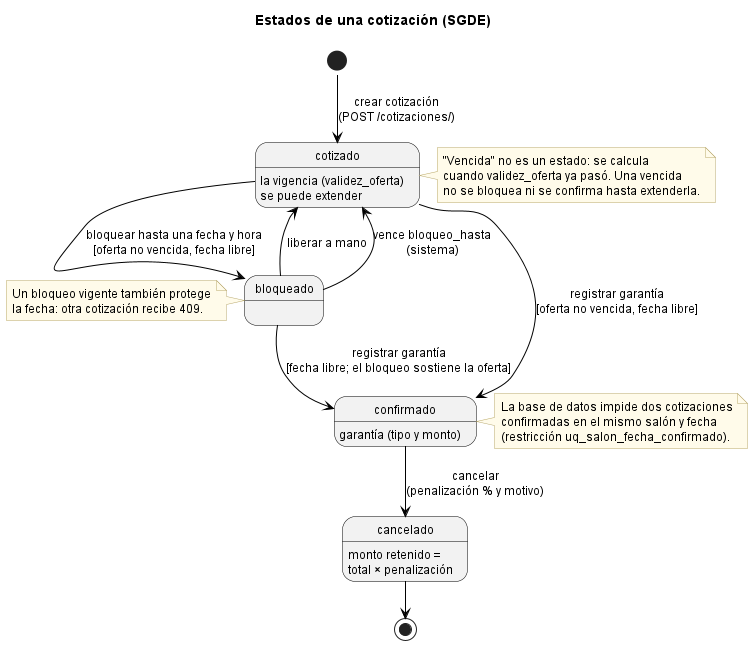
Before: docs/arquitectura/Diagrama_Estados_Cotizacion.png, a diagram exported from PlantUML (AndreCamx2/Gestion-De-Eventos). The source it was exported from:
```plantuml
@startuml Diagrama_Estados_Cotizacion
!pragma layout smetana
title Estados de una cotización (SGDE)
skinparam backgroundColor white
skinparam ArrowColor black
skinparam DefaultFontSize 12
skinparam note {
  BackgroundColor #FFFBEA
  BorderColor #B8A86B
}

skinparam state {
  BackgroundColor #F2F2F2
  BorderColor black
}

[*] --> cotizado : crear cotización\n(POST /cotizaciones/)
cotizado --> bloqueado : bloquear hasta una fecha y hora\n[oferta no vencida, fecha libre]
bloqueado --> cotizado : liberar a mano
bloqueado --> cotizado : vence bloqueo_hasta\n(sistema)
cotizado --> confirmado : registrar garantía\n[oferta no vencida, fecha libre]
bloqueado --> confirmado : registrar garantía\n[fecha libre; el bloqueo sostiene la oferta]
confirmado --> cancelado : cancelar\n(penalización % y motivo)
cancelado --> [*]

cotizado : la vigencia (validez_oferta)\nse puede extender
confirmado : garantía (tipo y monto)
cancelado : monto retenido =\ntotal × penalización

note right of cotizado
  "Vencida" no es un estado: se calcula
  cuando validez_oferta ya pasó. Una vencida
  no se bloquea ni se confirma hasta extenderla.
end note
note right of confirmado
  La base de datos impide dos cotizaciones
  confirmadas en el mismo salón y fecha
  (restricción uq_salon_fecha_confirmado).
end note
note left of bloqueado
  Un bloqueo vigente también protege
  la fecha: otra cotización recibe 409.
end note
@enduml
```
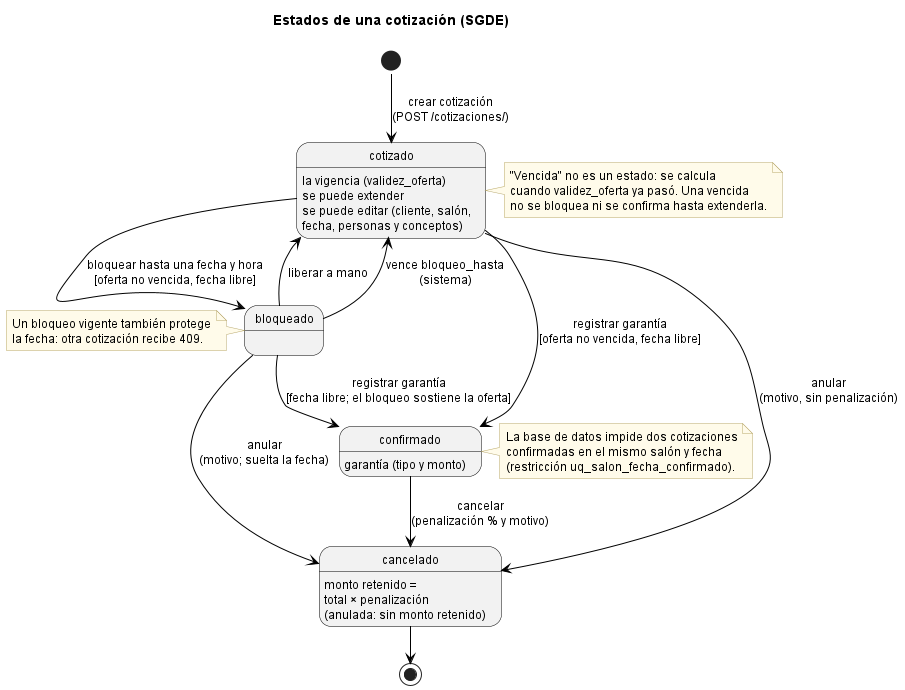
Later version of the same file.

Change to the diagram source:
```diff
@@ -21,11 +21,14 @@
 cotizado --> confirmado : registrar garantía\n[oferta no vencida, fecha libre]
 bloqueado --> confirmado : registrar garantía\n[fecha libre; el bloqueo sostiene la oferta]
 confirmado --> cancelado : cancelar\n(penalización % y motivo)
+cotizado --> cancelado : anular\n(motivo, sin penalización)
+bloqueado --> cancelado : anular\n(motivo; suelta la fecha)
 cancelado --> [*]
 
 cotizado : la vigencia (validez_oferta)\nse puede extender
+cotizado : se puede editar (cliente, salón,\nfecha, personas y conceptos)
 confirmado : garantía (tipo y monto)
-cancelado : monto retenido =\ntotal × penalización
+cancelado : monto retenido =\ntotal × penalización\n(anulada: sin monto retenido)
 
 note right of cotizado
   "Vencida" no es un estado: se calcula
```
